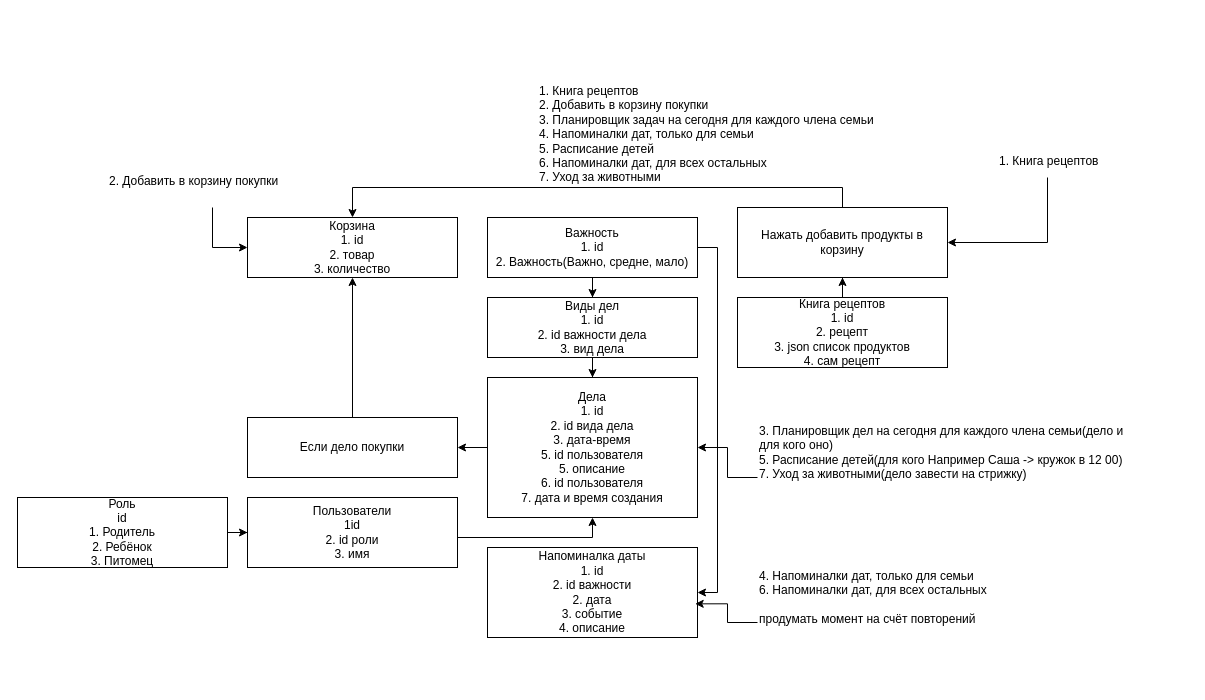
This is src/main/resources/temp/бд дп.drawio from ilya-figa/FamilyAssistantRest, a draw.io file, before an edit. Source tidied: cells renumbered, new cells numbered last; positions are measured from the earlier drawing's top-left corner, leaving out a move shared by most shapes. Both pictures are drawn from the tidied source at 100%, with x=0, y=0 at pixel (17, 77).
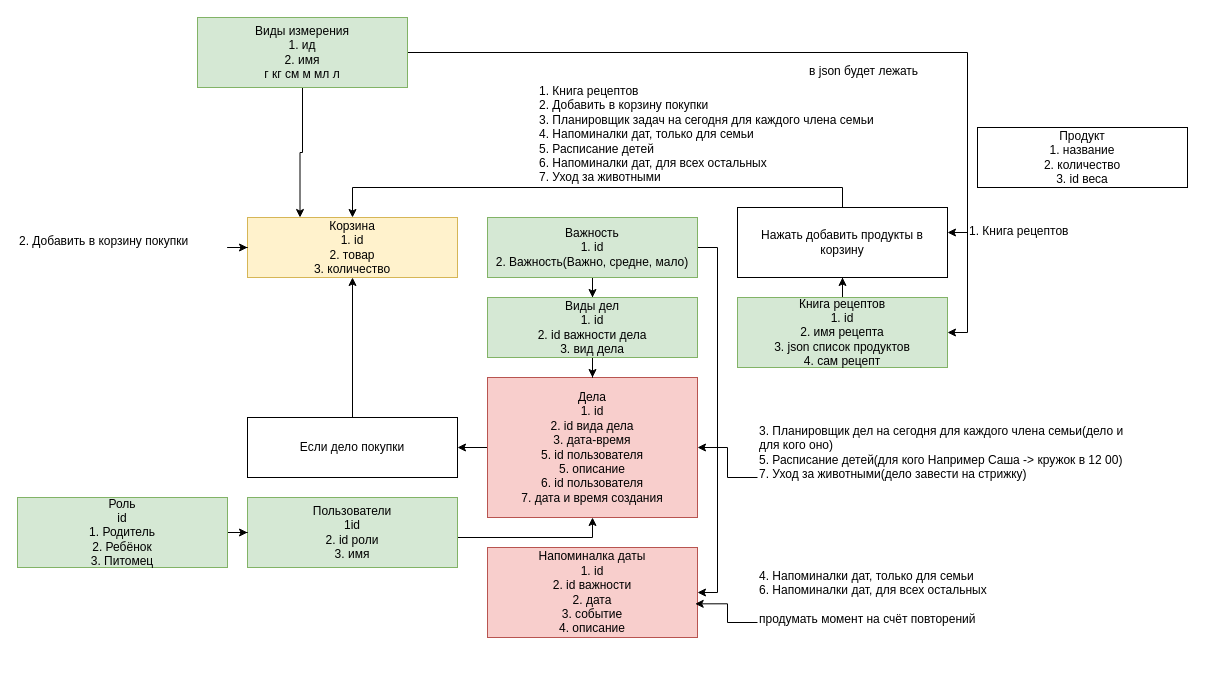
After the change.

What changed in the source:
```diff
@@
-    <mxCell id="3" value="Дела&lt;div&gt;1. id&lt;/div&gt;&lt;div&gt;2. id вида дела&lt;/div&gt;&lt;div&gt;3. дата-время&lt;/div&gt;&lt;div&gt;5. id пользователя&lt;/div&gt;&lt;div&gt;5. описание&lt;/div&gt;&lt;div&gt;6. id пользователя&lt;/div&gt;&lt;div&gt;7. дата и время создания&lt;/div&gt;" style="rounded=0;whiteSpace=wrap;html=1;" parent="1" vertex="1">
+    <mxCell id="3" value="Дела&lt;div&gt;1. id&lt;/div&gt;&lt;div&gt;2. id вида дела&lt;/div&gt;&lt;div&gt;3. дата-время&lt;/div&gt;&lt;div&gt;5. id пользователя&lt;/div&gt;&lt;div&gt;5. описание&lt;/div&gt;&lt;div&gt;6. id пользователя&lt;/div&gt;&lt;div&gt;7. дата и время создания&lt;/div&gt;" style="rounded=0;whiteSpace=wrap;html=1;fillColor=#f8cecc;strokeColor=#b85450;" parent="1" vertex="1">
       <mxGeometry x="470" y="300" width="210" height="140" as="geometry" />
     </mxCell>
@@
-    <mxCell id="6" value="Важность&lt;div&gt;1. id&lt;br&gt;2. Важность(Важно, средне, мало)&lt;/div&gt;" style="rounded=0;whiteSpace=wrap;html=1;" parent="1" vertex="1">
+    <mxCell id="6" value="Важность&lt;div&gt;1. id&lt;br&gt;2. Важность(Важно, средне, мало)&lt;/div&gt;" style="rounded=0;whiteSpace=wrap;html=1;fillColor=#d5e8d4;strokeColor=#82b366;" parent="1" vertex="1">
       <mxGeometry x="470" y="140" width="210" height="60" as="geometry" />
     </mxCell>
@@
-    <mxCell id="8" value="Виды дел&lt;div&gt;1. id&lt;/div&gt;&lt;div&gt;2. id важности дела&lt;/div&gt;&lt;div&gt;3. вид дела&lt;/div&gt;" style="rounded=0;whiteSpace=wrap;html=1;" parent="1" vertex="1">
+    <mxCell id="8" value="Виды дел&lt;div&gt;1. id&lt;/div&gt;&lt;div&gt;2. id важности дела&lt;/div&gt;&lt;div&gt;3. вид дела&lt;/div&gt;" style="rounded=0;whiteSpace=wrap;html=1;fillColor=#d5e8d4;strokeColor=#82b366;" parent="1" vertex="1">
       <mxGeometry x="470" y="220" width="210" height="60" as="geometry" />
     </mxCell>
@@
-    <mxCell id="11" value="Книга рецептов&lt;div&gt;1. id&lt;/div&gt;&lt;div&gt;2. рецепт&lt;/div&gt;&lt;div&gt;3. json список продуктов&lt;br&gt;4. сам рецепт&lt;/div&gt;" style="rounded=0;whiteSpace=wrap;html=1;" parent="1" vertex="1">
+    <mxCell id="11" value="Книга рецептов&lt;div&gt;1. id&lt;/div&gt;&lt;div&gt;2. имя рецепта&lt;/div&gt;&lt;div&gt;3. json список продуктов&lt;br&gt;4. сам рецепт&lt;/div&gt;" style="rounded=0;whiteSpace=wrap;html=1;fillColor=#d5e8d4;strokeColor=#82b366;" parent="1" vertex="1">
       <mxGeometry x="720" y="220" width="210" height="70" as="geometry" />
     </mxCell>
-    <mxCell id="12" value="Корзина&lt;div&gt;1. id&lt;/div&gt;&lt;div&gt;2. товар&lt;/div&gt;&lt;div&gt;3. количество&lt;/div&gt;" style="rounded=0;whiteSpace=wrap;html=1;" parent="1" vertex="1">
+    <mxCell id="12" value="Корзина&lt;div&gt;1. id&lt;/div&gt;&lt;div&gt;2. товар&lt;/div&gt;&lt;div&gt;3. количество&lt;/div&gt;" style="rounded=0;whiteSpace=wrap;html=1;fillColor=#fff2cc;strokeColor=#d6b656;" parent="1" vertex="1">
       <mxGeometry x="230" y="140" width="210" height="60" as="geometry" />
     </mxCell>
@@
-    <mxCell id="17" value="Напоминалка даты&lt;br&gt;1. id&lt;div&gt;2. id важности&lt;/div&gt;&lt;div&gt;&lt;div&gt;2. дата&lt;/div&gt;&lt;div&gt;3. событие&lt;/div&gt;&lt;div&gt;4. описание&lt;/div&gt;&lt;/div&gt;" style="rounded=0;whiteSpace=wrap;html=1;" parent="1" vertex="1">
+    <mxCell id="17" value="Напоминалка даты&lt;br&gt;1. id&lt;div&gt;2. id важности&lt;/div&gt;&lt;div&gt;&lt;div&gt;2. дата&lt;/div&gt;&lt;div&gt;3. событие&lt;/div&gt;&lt;div&gt;4. описание&lt;/div&gt;&lt;/div&gt;" style="rounded=0;whiteSpace=wrap;html=1;fillColor=#f8cecc;strokeColor=#b85450;" parent="1" vertex="1">
       <mxGeometry x="470" y="470" width="210" height="90" as="geometry" />
     </mxCell>
@@
     <mxCell id="23" value="2. Добавить в корзину покупки" style="text;whiteSpace=wrap;" parent="1" vertex="1">
-      <mxGeometry x="90" y="90" width="210" height="40" as="geometry" />
+      <mxGeometry y="150" width="210" height="40" as="geometry" />
     </mxCell>
@@
     <mxCell id="25" value="1. Книга рецептов" style="text;whiteSpace=wrap;" parent="1" vertex="1">
-      <mxGeometry x="980" y="70" width="170" height="30" as="geometry" />
+      <mxGeometry x="950" y="140" width="170" height="30" as="geometry" />
     </mxCell>
@@
-    <mxCell id="27" value="Пользователи&lt;div&gt;1id&lt;/div&gt;&lt;div&gt;2. id роли&lt;br&gt;3. имя&lt;/div&gt;" style="rounded=0;whiteSpace=wrap;html=1;" parent="1" vertex="1">
+    <mxCell id="27" value="Пользователи&lt;div&gt;1id&lt;/div&gt;&lt;div&gt;2. id роли&lt;br&gt;3. имя&lt;/div&gt;" style="rounded=0;whiteSpace=wrap;html=1;fillColor=#d5e8d4;strokeColor=#82b366;" parent="1" vertex="1">
       <mxGeometry x="230" y="420" width="210" height="70" as="geometry" />
     </mxCell>
@@
-    <mxCell id="29" value="Роль&lt;div&gt;id&lt;br&gt;1. Родитель&lt;div&gt;2. Ребёнок&lt;br&gt;3. Питомец&lt;/div&gt;&lt;/div&gt;" style="rounded=0;whiteSpace=wrap;html=1;" parent="1" vertex="1">
+    <mxCell id="29" value="Роль&lt;div&gt;id&lt;br&gt;1. Родитель&lt;div&gt;2. Ребёнок&lt;br&gt;3. Питомец&lt;/div&gt;&lt;/div&gt;" style="rounded=0;whiteSpace=wrap;html=1;fillColor=#d5e8d4;strokeColor=#82b366;" parent="1" vertex="1">
       <mxGeometry y="420" width="210" height="70" as="geometry" />
     </mxCell>
+    <mxCell id="30" style="edgeStyle=orthogonalEdgeStyle;rounded=0;jettySize=auto;html=1;entryX=0.25;entryY=0;entryDx=0;entryDy=0;" parent="1" edge="1" source="32" target="12">
+      <mxGeometry relative="1" as="geometry" />
+    </mxCell>
+    <mxCell id="31" style="edgeStyle=orthogonalEdgeStyle;rounded=0;jettySize=auto;html=1;entryX=1;entryY=0.5;entryDx=0;entryDy=0;" parent="1" edge="1" source="32" target="11">
+      <mxGeometry relative="1" as="geometry" />
+    </mxCell>
+    <mxCell id="32" value="&lt;div&gt;Виды измерения&lt;/div&gt;&lt;div&gt;1. ид&lt;/div&gt;&lt;div&gt;2. имя&lt;/div&gt;&lt;div&gt;г кг см м мл л&lt;/div&gt;" style="rounded=0;whiteSpace=wrap;html=1;fillColor=#d5e8d4;strokeColor=#82b366;" parent="1" vertex="1">
+      <mxGeometry x="180" y="-60" width="210" height="70" as="geometry" />
+    </mxCell>
+    <mxCell id="33" value="в json будет лежать&#10;" style="text;whiteSpace=wrap;" parent="1" vertex="1">
+      <mxGeometry x="790" y="-20" width="170" height="30" as="geometry" />
+    </mxCell>
+    <mxCell id="34" value="Продукт&lt;div&gt;1. название&lt;/div&gt;&lt;div&gt;2. количество&lt;/div&gt;&lt;div&gt;3. id веса&lt;/div&gt;" style="rounded=0;whiteSpace=wrap;html=1;" parent="1" vertex="1">
+      <mxGeometry x="960" y="50" width="210" height="60" as="geometry" />
+    </mxCell>
```
